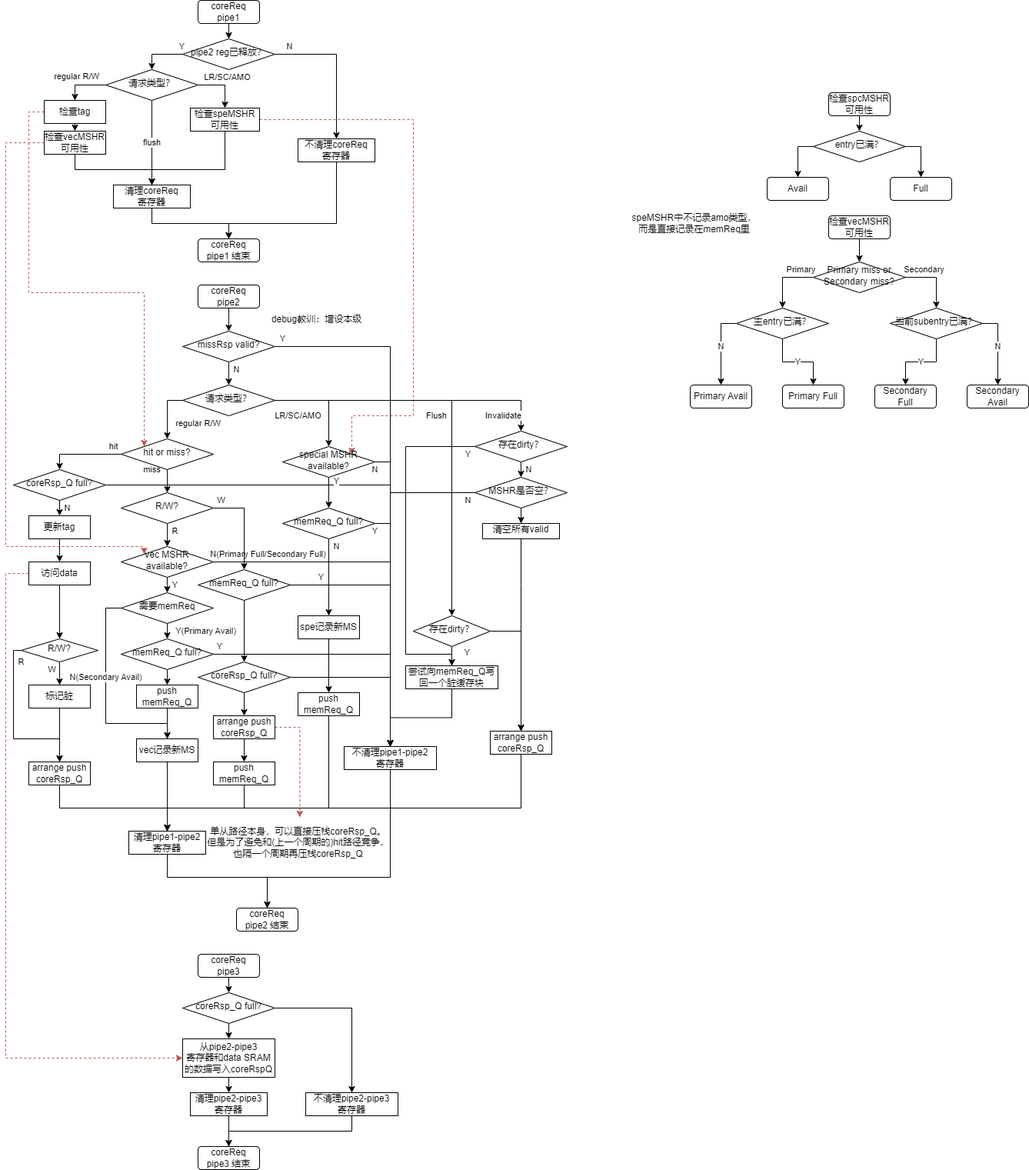
Above: doc/cModel__l1_data_cache__cycle-coreReq.drawio.png in Auyuir/cacheCmodel (draw.io), before the change. Source tidied: cells renumbered, new cells last; positions are measured from the earlier drawing's top-left corner, leaving out a move shared by most shapes.
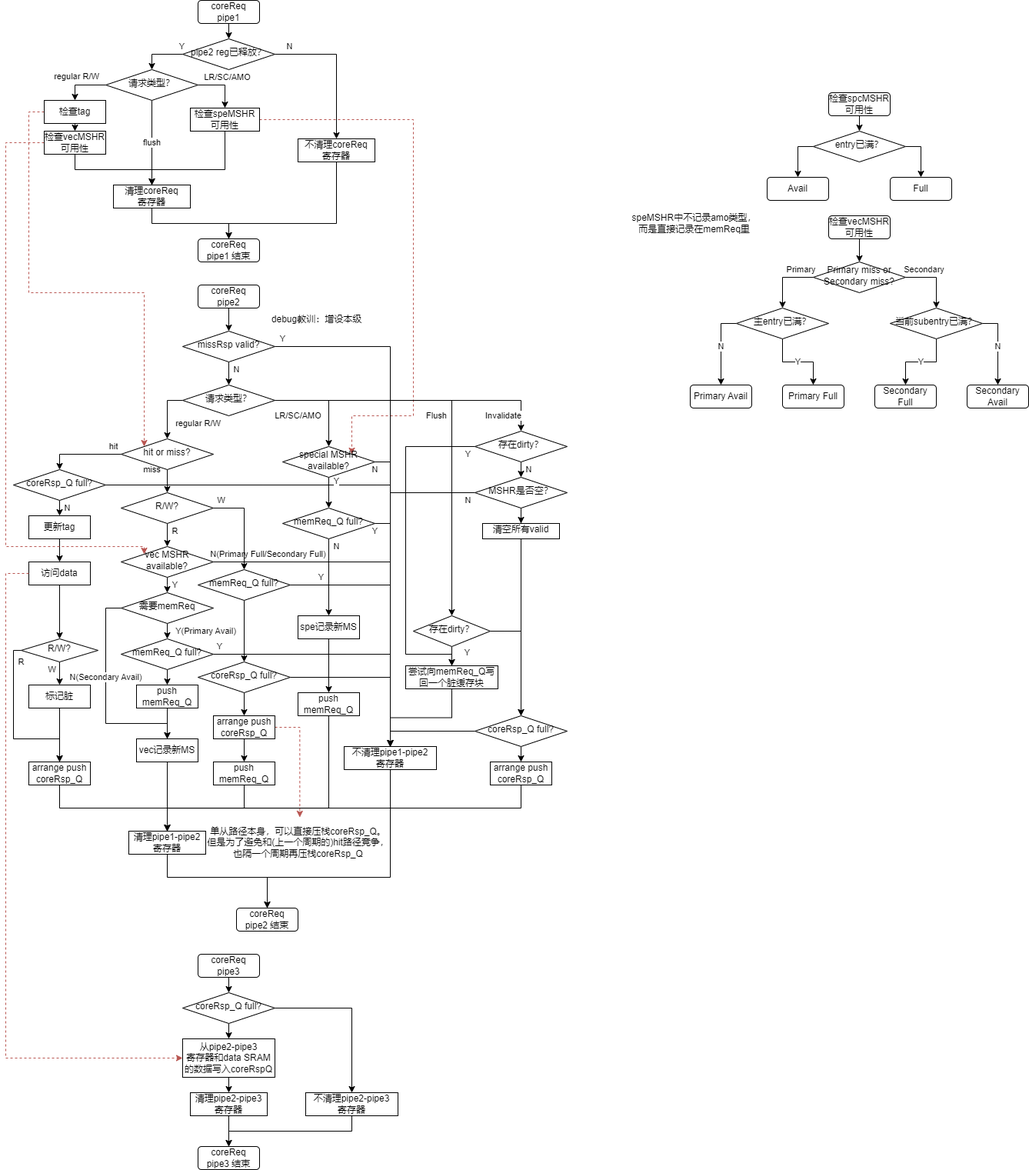
The same file after the commit.

Commit message:
update doc pic of InvOrFlu

Diff of the diagram source:
```diff
@@ -552,19 +552,14 @@
     <mxCell id="146" value="Y" style="edgeStyle=orthogonalEdgeStyle;rounded=0;jettySize=auto;html=1;exitX=0.5;exitY=1;exitDx=0;exitDy=0;entryX=0.5;entryY=0;entryDx=0;entryDy=0;" parent="1" edge="1" source="148" target="139">
       <mxGeometry x="-0.33" y="20" relative="1" as="geometry" />
     </mxCell>
-    <mxCell id="147" style="edgeStyle=orthogonalEdgeStyle;rounded=0;jettySize=auto;html=1;exitX=1;exitY=0.5;exitDx=0;exitDy=0;entryX=0.5;entryY=0;entryDx=0;entryDy=0;" parent="1" edge="1" source="148" target="152">
+    <mxCell id="147" style="edgeStyle=orthogonalEdgeStyle;rounded=0;jettySize=auto;html=1;exitX=1;exitY=0.5;exitDx=0;exitDy=0;entryX=0.5;entryY=0;entryDx=0;entryDy=0;" parent="1" edge="1" source="148" target="156">
       <mxGeometry relative="1" as="geometry" />
     </mxCell>
     <mxCell id="148" value="存在dirty？" style="rhombus;whiteSpace=wrap;html=1;shadow=0;fontFamily=Helvetica;fontSize=12;align=center;strokeWidth=1;spacing=6;spacingTop=-4;" parent="1" vertex="1">
       <mxGeometry x="530" y="800" width="100" height="40" as="geometry" />
     </mxCell>
-    <mxCell id="149" style="edgeStyle=orthogonalEdgeStyle;rounded=0;jettySize=auto;html=1;exitX=0.5;exitY=1;exitDx=0;exitDy=0;entryX=0.5;entryY=0;entryDx=0;entryDy=0;" parent="1" edge="1" source="150" target="152">
-      <mxGeometry relative="1" as="geometry">
-        <Array as="points">
-          <mxPoint x="670" y="760" />
-          <mxPoint x="670" y="760" />
-        </Array>
-      </mxGeometry>
+    <mxCell id="149" style="edgeStyle=orthogonalEdgeStyle;rounded=0;jettySize=auto;html=1;exitX=0.5;exitY=1;exitDx=0;exitDy=0;entryX=0.5;entryY=0;entryDx=0;entryDy=0;" parent="1" edge="1" source="150" target="156">
+      <mxGeometry relative="1" as="geometry" />
     </mxCell>
     <mxCell id="150" value="清空所有valid" style="whiteSpace=wrap;html=1;shadow=0;strokeWidth=1;spacing=6;spacingTop=-4;" parent="1" vertex="1">
       <mxGeometry x="620" y="680" width="100" height="20" as="geometry" />
@@ -578,10 +573,19 @@
       </mxGeometry>
     </mxCell>
     <mxCell id="152" value="arrange push coreRsp_Q" style="rounded=0;whiteSpace=wrap;html=1;labelBackgroundColor=none;" parent="1" vertex="1">
-      <mxGeometry x="630" y="950" width="80" height="30" as="geometry" />
+      <mxGeometry x="630" y="990" width="80" height="30" as="geometry" />
     </mxCell>
     <mxCell id="153" value="arrange push coreRsp_Q" style="rounded=0;whiteSpace=wrap;html=1;labelBackgroundColor=none;" parent="1" vertex="1">
       <mxGeometry x="30" y="990" width="80" height="30" as="geometry" />
     </mxCell>
+    <mxCell id="154" style="edgeStyle=orthogonalEdgeStyle;rounded=0;jettySize=auto;html=1;exitX=0;exitY=0.5;exitDx=0;exitDy=0;entryX=0.5;entryY=0;entryDx=0;entryDy=0;" parent="1" edge="1" source="156" target="54">
+      <mxGeometry relative="1" as="geometry" />
+    </mxCell>
+    <mxCell id="155" style="edgeStyle=orthogonalEdgeStyle;rounded=0;jettySize=auto;html=1;exitX=0.5;exitY=1;exitDx=0;exitDy=0;entryX=0.5;entryY=0;entryDx=0;entryDy=0;" parent="1" edge="1" source="156" target="152">
+      <mxGeometry relative="1" as="geometry" />
+    </mxCell>
+    <mxCell id="156" value="coreRsp_Q full?" style="rhombus;whiteSpace=wrap;html=1;shadow=0;fontFamily=Helvetica;fontSize=12;align=center;strokeWidth=1;spacing=6;spacingTop=-4;" parent="1" vertex="1">
+      <mxGeometry x="610" y="930" width="120" height="40" as="geometry" />
+    </mxCell>
   </root>
 </mxGraphModel>
```
